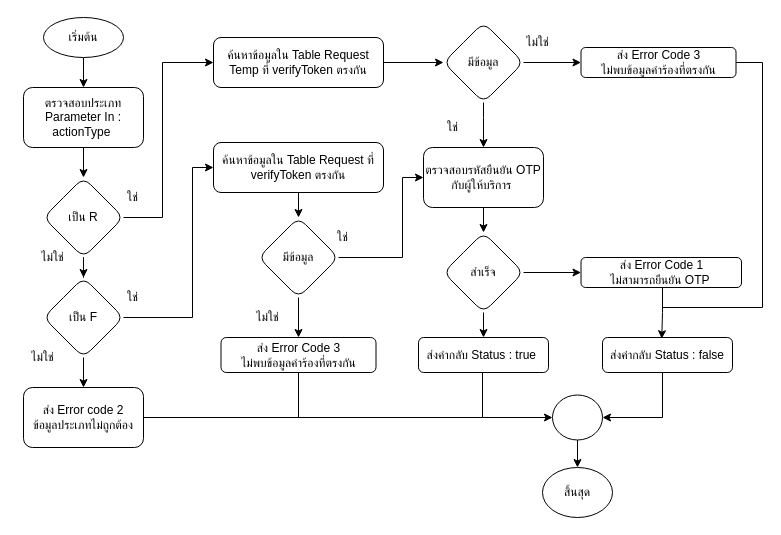
The draw.io diagram VerifyOTPByTel.drawio in charifrodmanee/charifrodmanee, before the edit. Source tidied: cells renumbered, new cells numbered last; positions are measured from the earlier drawing's top-left corner, leaving out a move shared by most shapes. Both pictures are drawn from the tidied source at 100%, with x=0, y=0 at pixel (17, 17).
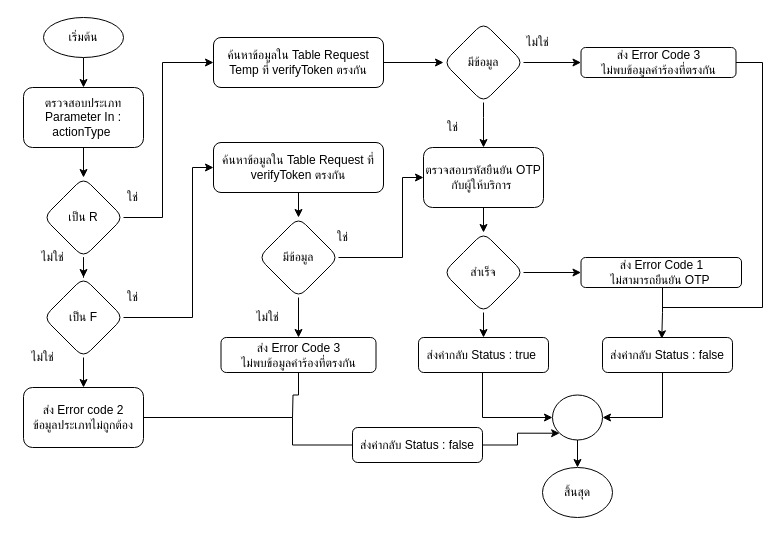
After the change.

The change refers to these unchanged cells:
```xml
<mxCell id="9" style="ellipse;whiteSpace=wrap;html=1;" parent="1" vertex="1">
  <mxGeometry x="535" y="377.5" width="50" height="45" as="geometry" />
</mxCell>
<mxCell id="20" value="ส่ง Error code 2&lt;br&gt;ข้อมูลประเภทไม่ถูกต้อง" style="whiteSpace=wrap;html=1;rounded=1;" parent="1" vertex="1">
  <mxGeometry x="6" y="370" width="120" height="60" as="geometry" />
</mxCell>
<mxCell id="44" value="ส่ง Error Code 3&lt;br&gt;ไม่พบข้อมูลคำร้องที่ตรงกัน" style="rounded=1;whiteSpace=wrap;html=1;" parent="1" vertex="1">
  <mxGeometry x="203.5" y="320" width="155" height="35" as="geometry" />
</mxCell>
```

Change to the diagram source:
```diff
@@
-    <mxCell id="19" style="edgeStyle=orthogonalEdgeStyle;rounded=0;jettySize=auto;html=1;endArrow=none;endFill=0;" parent="1" edge="1" source="20">
+    <mxCell id="19" style="edgeStyle=orthogonalEdgeStyle;rounded=0;jettySize=auto;html=1;endArrow=none;endFill=0;entryX=0;entryY=0.5;entryDx=0;entryDy=0;" parent="1" edge="1" source="20" target="52">
       <mxGeometry relative="1" as="geometry">
-        <mxPoint x="465" y="400" as="targetPoint" />
+        <Array as="points">
+          <mxPoint x="275" y="400" />
+          <mxPoint x="275" y="427" />
+        </Array>
       </mxGeometry>
     </mxCell>
@@
-    <mxCell id="43" style="edgeStyle=orthogonalEdgeStyle;rounded=0;jettySize=auto;html=1;endArrow=none;endFill=0;" parent="1" edge="1" source="44">
-      <mxGeometry relative="1" as="geometry">
-        <mxPoint x="281" y="400" as="targetPoint" />
-      </mxGeometry>
-    </mxCell>
+    <mxCell id="50" style="edgeStyle=orthogonalEdgeStyle;rounded=0;jettySize=auto;html=1;endArrow=none;endFill=0;" parent="1" edge="1" source="44">
+      <mxGeometry relative="1" as="geometry">
+        <mxPoint x="275" y="400" as="targetPoint" />
+      </mxGeometry>
+    </mxCell>
@@
+    <mxCell id="51" style="edgeStyle=orthogonalEdgeStyle;rounded=0;jettySize=auto;html=1;entryX=0;entryY=1;entryDx=0;entryDy=0;endArrow=classic;endFill=1;" parent="1" edge="1" source="52" target="9">
+      <mxGeometry relative="1" as="geometry" />
+    </mxCell>
+    <mxCell id="52" value="ส่งค่ากลับ Status : false" style="rounded=1;whiteSpace=wrap;html=1;" parent="1" vertex="1">
+      <mxGeometry x="335" y="410" width="130" height="35" as="geometry" />
+    </mxCell>
```
